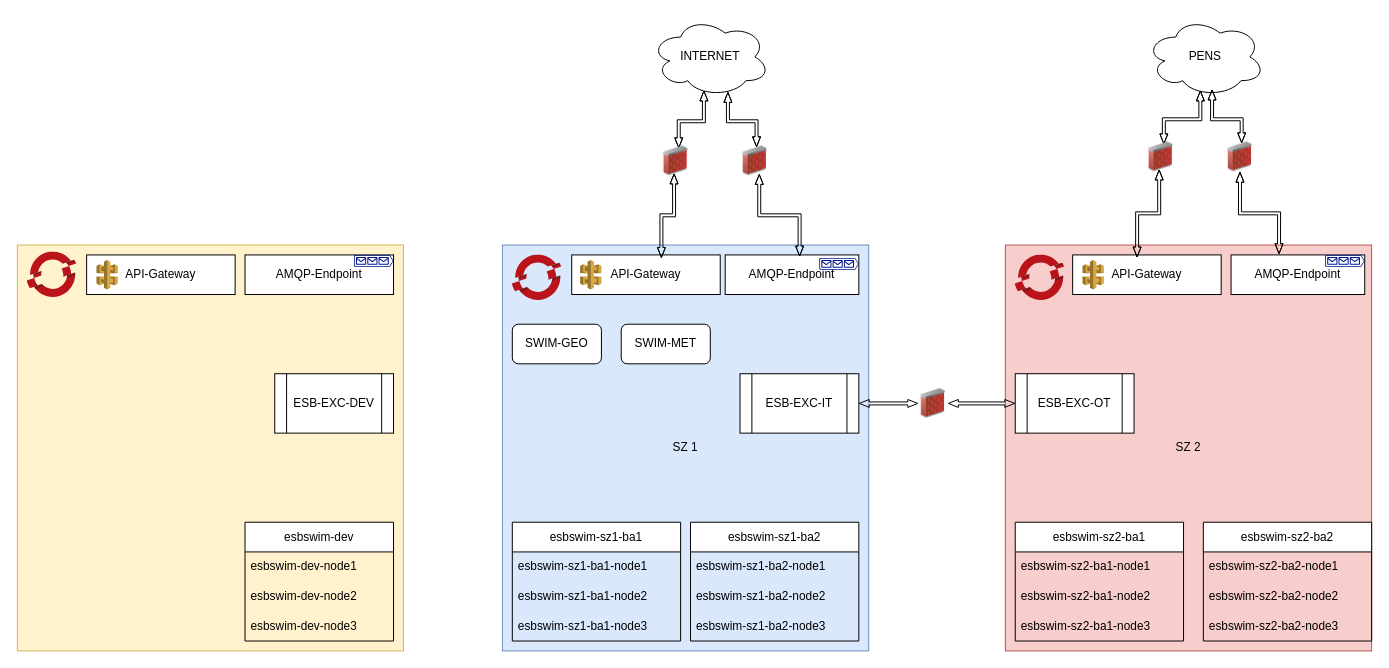
B4S71/drawio-swim keeps this draw.io diagram as atmoserver.drawio. Above is the earlier version. Source tidied: cells renumbered, new cells numbered last; positions are measured from the earlier drawing's top-left corner, leaving out a move shared by most shapes. Both pictures are drawn from the tidied source at 99%, with x=0, y=0 at pixel (17, 17).
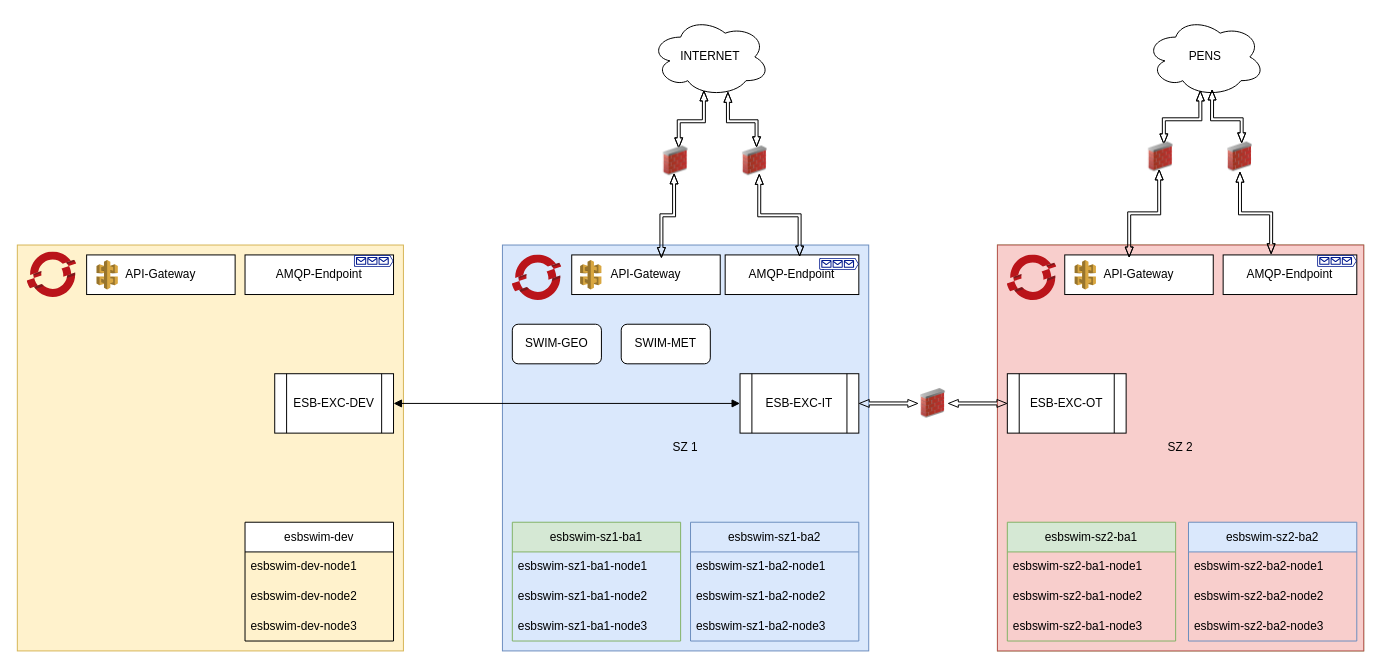
The same page after the edit.

The change refers to these unchanged cells:
```xml
<mxCell id="2" style="group;" parent="1" vertex="1">
  <mxGeometry x="490" y="230" width="370" height="410" as="geometry" />
</mxCell>
<mxCell id="15" value="&lt;div&gt;ESB-EXC-IT&lt;/div&gt;" style="shape=process;whiteSpace=wrap;html=1;backgroundOutline=1;" parent="2" vertex="1">
  <mxGeometry x="240" y="130" width="120" height="60" as="geometry" />
</mxCell>
<mxCell id="66" value="&lt;div&gt;ESB-EXC-DEV&lt;/div&gt;" style="shape=process;whiteSpace=wrap;html=1;backgroundOutline=1;" parent="54" vertex="1">
  <mxGeometry x="260" y="130" width="120" height="60" as="geometry" />
</mxCell>
```

Change to the diagram source:
```diff
@@
-    <mxCell id="4" value="&lt;div&gt;esbswim-sz1-ba1&lt;/div&gt;" style="swimlane;fontStyle=0;horizontal=1;startSize=30;whiteSpace=wrap;html=1;" parent="2" vertex="1">
+    <mxCell id="4" value="&lt;div&gt;esbswim-sz1-ba1&lt;/div&gt;" style="swimlane;fontStyle=0;horizontal=1;startSize=30;whiteSpace=wrap;html=1;fillColor=#d5e8d4;strokeColor=#82b366;" parent="2" vertex="1">
       <mxGeometry x="10" y="280" width="170" height="120" as="geometry" />
     </mxCell>
@@
-    <mxCell id="8" value="&lt;div&gt;esbswim-sz1-ba2&lt;/div&gt;" style="swimlane;fontStyle=0;horizontal=1;startSize=30;whiteSpace=wrap;html=1;" parent="2" vertex="1">
+    <mxCell id="8" value="&lt;div&gt;esbswim-sz1-ba2&lt;/div&gt;" style="swimlane;fontStyle=0;horizontal=1;startSize=30;whiteSpace=wrap;html=1;fillColor=#dae8fc;strokeColor=#6c8ebf;" parent="2" vertex="1">
       <mxGeometry x="190" y="280" width="170" height="120" as="geometry" />
     </mxCell>
@@
-    <mxCell id="19" style="group;" parent="1" vertex="1">
-      <mxGeometry x="998" y="230" width="370" height="410" as="geometry" />
+    <mxCell id="19" style="group;fillColor=#d5e8d4;strokeColor=#82b366;" parent="1" vertex="1">
+      <mxGeometry x="990" y="230" width="370" height="410" as="geometry" />
     </mxCell>
@@
-    <mxCell id="21" value="&lt;div&gt;esbswim-sz2-ba1&lt;/div&gt;" style="swimlane;fontStyle=0;horizontal=1;startSize=30;whiteSpace=wrap;html=1;" parent="19" vertex="1">
+    <mxCell id="21" value="&lt;div&gt;esbswim-sz2-ba1&lt;/div&gt;" style="swimlane;fontStyle=0;horizontal=1;startSize=30;whiteSpace=wrap;html=1;fillColor=#d5e8d4;strokeColor=#82b366;" parent="19" vertex="1">
       <mxGeometry x="10" y="280" width="170" height="120" as="geometry" />
     </mxCell>
@@
-    <mxCell id="25" value="&lt;div&gt;esbswim-sz2-ba2&lt;/div&gt;" style="swimlane;fontStyle=0;horizontal=1;startSize=30;whiteSpace=wrap;html=1;" parent="19" vertex="1">
-      <mxGeometry x="200" y="280" width="170" height="120" as="geometry" />
+    <mxCell id="25" value="&lt;div&gt;esbswim-sz2-ba2&lt;/div&gt;" style="swimlane;fontStyle=0;horizontal=1;startSize=30;whiteSpace=wrap;html=1;fillColor=#dae8fc;strokeColor=#6c8ebf;" parent="19" vertex="1">
+      <mxGeometry x="193" y="280" width="170" height="120" as="geometry" />
     </mxCell>
@@
+    <mxCell id="67" style="edgeStyle=orthogonalEdgeStyle;rounded=0;jettySize=auto;html=1;entryX=0;entryY=0.5;entryDx=0;entryDy=0;startArrow=block;startFill=1;endArrow=block;endFill=1;" parent="1" edge="1" source="66" target="15">
+      <mxGeometry relative="1" as="geometry" />
+    </mxCell>
```
